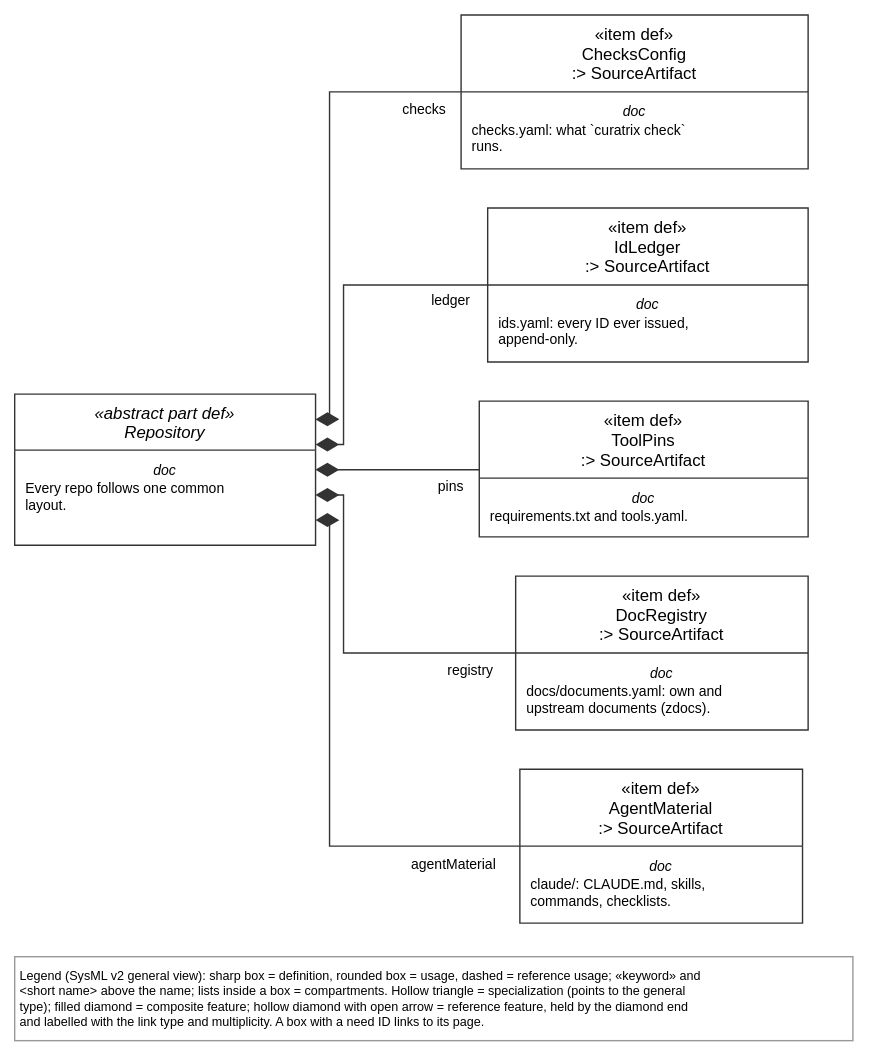
Above: views/repoLayout.drawio.svg in tiacsys/xdmod (draw.io), before the change. Source tidied: cells renumbered, new cells last; positions are measured from the earlier drawing's top-left corner, leaving out a move shared by most shapes.
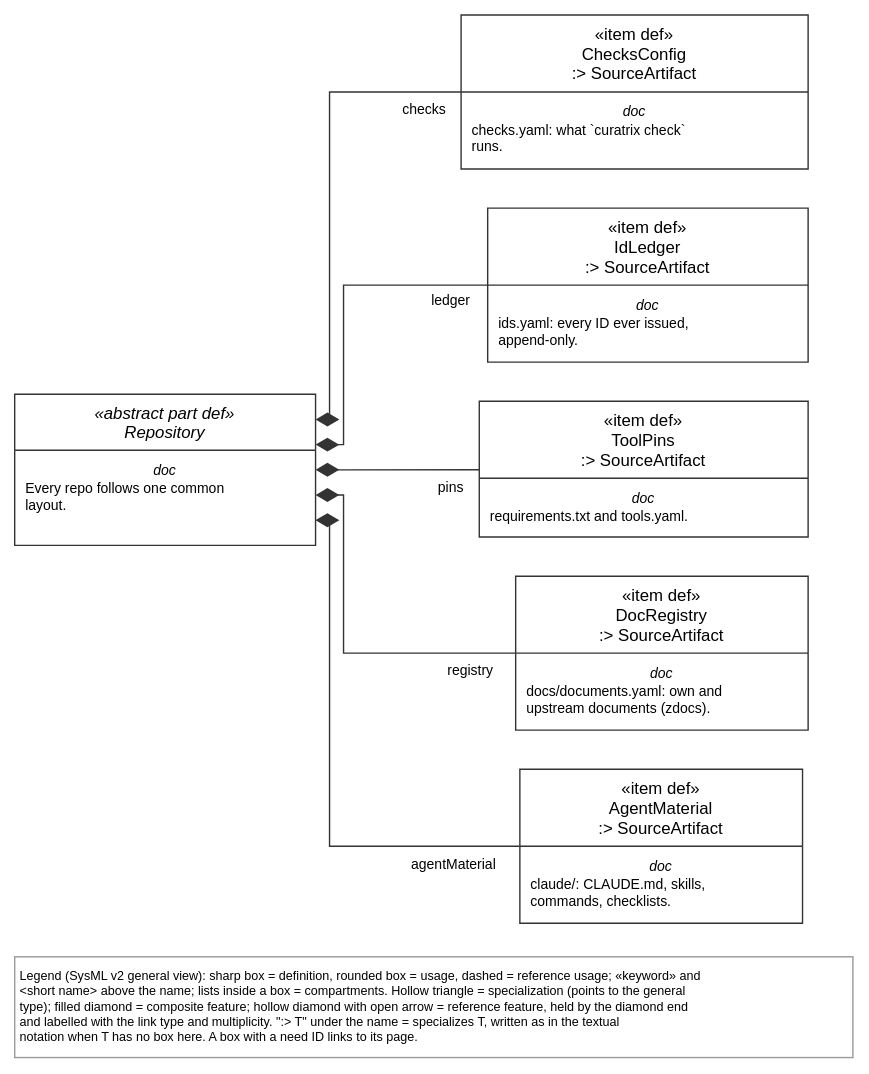
The same file after the commit.

Diff of the diagram source:
```diff
@@ -20,8 +20,8 @@
     <mxCell id="7" value="«item def»&#10;ToolPins&#10;:&gt; SourceArtifact" style="html=0;fontFamily=Helvetica;fontSize=11;strokeColor=#333333;rounded=0;fillColor=#FFFFFF;swimlane;startSize=55;horizontal=1;fontStyle=0;swimlaneLine=1;" parent="1" vertex="1">
       <mxGeometry x="332" y="276" width="235" height="97" as="geometry" />
     </mxCell>
-    <mxCell id="8" value="Legend (SysML v2 general view): sharp box = definition, rounded box = usage, dashed = reference usage; «keyword» and&#10;&lt;short name&gt; above the name; lists inside a box = compartments. Hollow triangle = specialization (points to the general&#10;type); filled diamond = composite feature; hollow diamond with open arrow = reference feature, held by the diamond end&#10;and labelled with the link type and multiplicity. A box with a need ID links to its page." style="text;html=0;align=left;verticalAlign=top;fontFamily=Helvetica;fontSize=9;fillColor=#FFFFFF;strokeColor=#999999;spacing=4;" parent="1" vertex="1">
-      <mxGeometry y="673" width="599" height="60" as="geometry" />
+    <mxCell id="8" value="Legend (SysML v2 general view): sharp box = definition, rounded box = usage, dashed = reference usage; «keyword» and&#10;&lt;short name&gt; above the name; lists inside a box = compartments. Hollow triangle = specialization (points to the general&#10;type); filled diamond = composite feature; hollow diamond with open arrow = reference feature, held by the diamond end&#10;and labelled with the link type and multiplicity. &quot;:&gt; T&quot; under the name = specializes T, written as in the textual&#10;notation when T has no box here. A box with a need ID links to its page." style="text;html=0;align=left;verticalAlign=top;fontFamily=Helvetica;fontSize=9;fillColor=#FFFFFF;strokeColor=#999999;spacing=4;" parent="1" vertex="1">
+      <mxGeometry y="673" width="599" height="72" as="geometry" />
     </mxCell>
     <mxCell id="9" value="doc" style="text;html=0;align=center;verticalAlign=top;spacingTop=0;fontFamily=Helvetica;fontSize=10;fontStyle=2;strokeColor=none;" parent="2" vertex="1">
       <mxGeometry y="57" width="202" height="13" as="geometry" />
```
